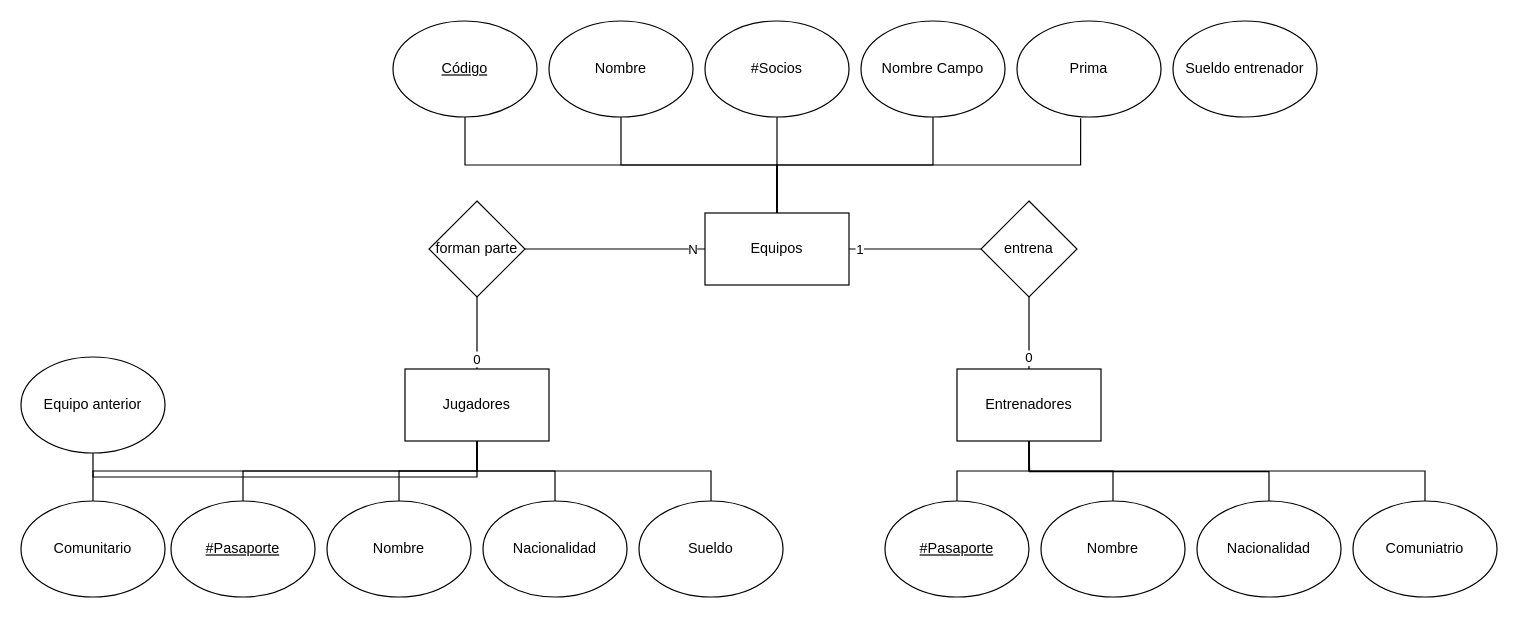
Above: page "La Liga ii" (3 of 3) of ejercicios_diagramas_e_r.drawio in Fonsy/BBDD2021 (draw.io), before the change. Source tidied: cells renumbered, new cells numbered last; positions are measured from the earlier drawing's top-left corner, leaving out a move shared by most shapes. Both pictures are drawn from the tidied source at 120%, with x=0, y=0 at pixel (20, 20).
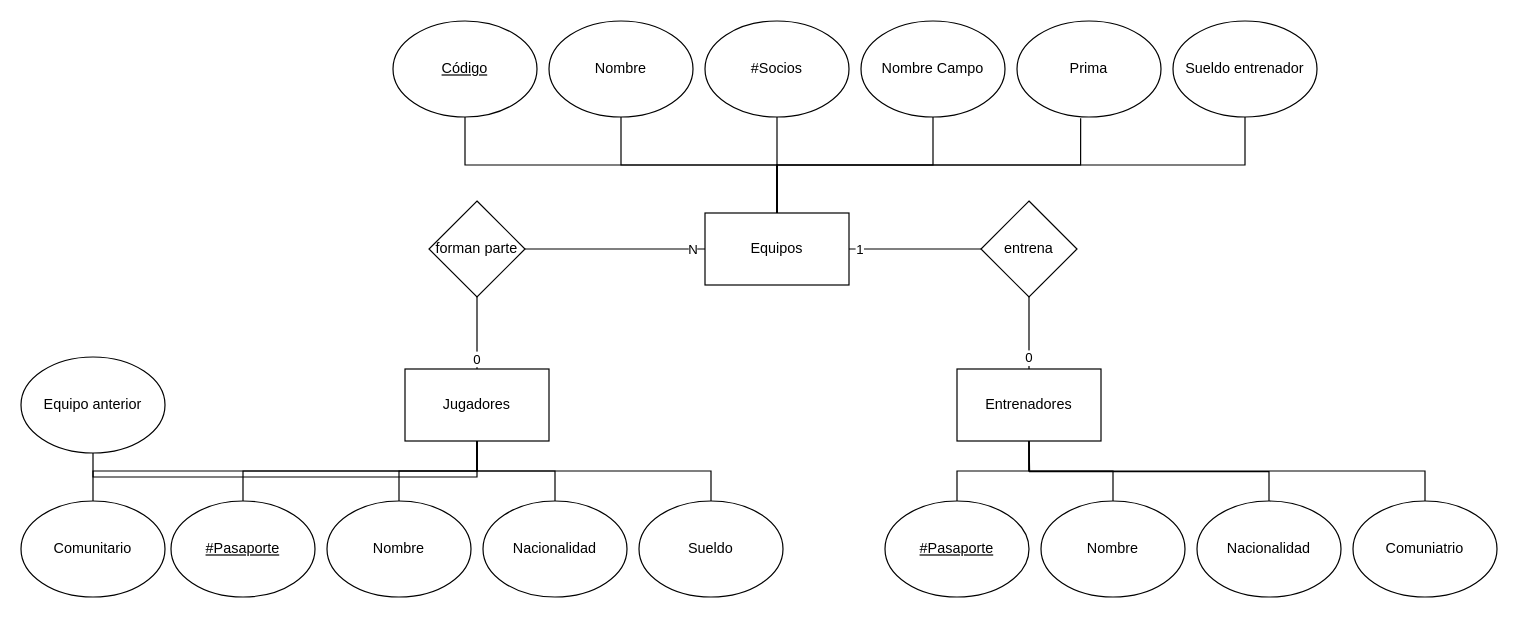
The same page after the edit.

Unchanged cells that the change refers to:
```xml
<mxCell id="3" value="Equipos" style="rounded=0;whiteSpace=wrap;html=1;" parent="1" vertex="1">
  <mxGeometry x="570" y="160" width="120" height="60" as="geometry" />
</mxCell>
<mxCell id="45" value="Sueldo entrenador" style="ellipse;whiteSpace=wrap;html=1;" parent="1" vertex="1">
  <mxGeometry x="960" width="120" height="80" as="geometry" />
</mxCell>
```

The edit, as a diff of the source:
```diff
@@
+    <mxCell id="46" style="edgeStyle=orthogonalEdgeStyle;rounded=0;jettySize=auto;html=1;endArrow=none;endFill=0;exitX=0.5;exitY=1;exitDx=0;exitDy=0;" parent="1" edge="1" source="45" target="3">
+      <mxGeometry relative="1" as="geometry" />
+    </mxCell>
```
